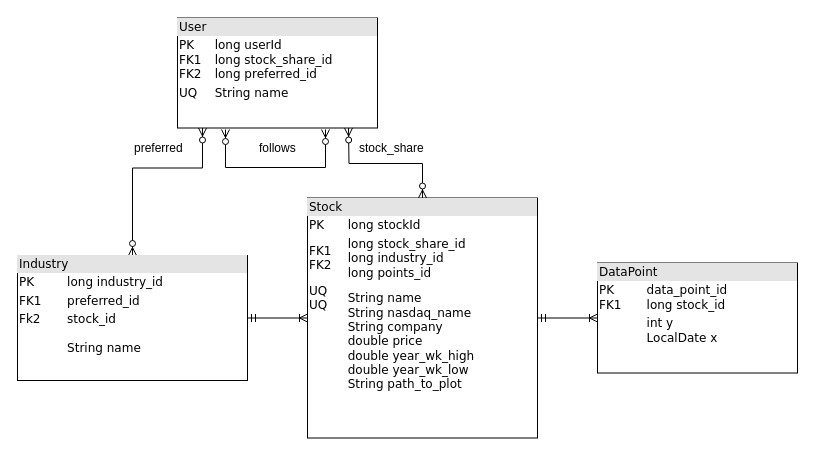
stock-rollers/stock-rollers.github.io keeps this draw.io diagram as docs/erd.drawio. Above is the earlier version. Source tidied: cells renumbered, new cells numbered last; positions are measured from the earlier drawing's top-left corner, leaving out a move shared by most shapes. Both pictures are drawn from the tidied source at 100%, with x=0, y=0 at pixel (17, 17).
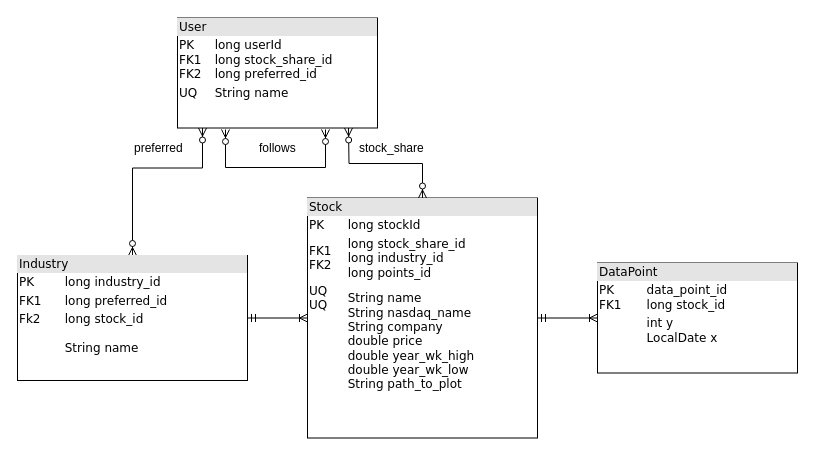
Above is the later version.

Change to the diagram source:
```diff
@@
 <mxGraphModel background="#ffffff">
   <root>
     <mxCell id="0" />
     <mxCell id="1" parent="0" />
     <mxCell id="2" value="&lt;div style=&quot;box-sizing: border-box ; width: 100% ; background: #e4e4e4 ; padding: 2px&quot;&gt;User&lt;/div&gt;&lt;table style=&quot;width: 100% ; font-size: 1em&quot; cellspacing=&quot;0&quot; cellpadding=&quot;2&quot;&gt;&lt;tbody&gt;&lt;tr&gt;&lt;td&gt;PK&lt;br&gt;FK1&lt;br&gt;FK2&lt;br&gt;&lt;/td&gt;&lt;td&gt;long userId&lt;br&gt;long stock_share_id&lt;br&gt;long preferred_id&lt;br&gt;&lt;/td&gt;&lt;/tr&gt;&lt;tr&gt;&lt;td&gt;UQ&lt;br&gt;&lt;/td&gt;&lt;td&gt;String name&lt;br&gt;&lt;/td&gt;&lt;/tr&gt;&lt;tr&gt;&lt;td&gt;&lt;br&gt;&lt;/td&gt;&lt;td&gt;&lt;br&gt;&lt;/td&gt;&lt;/tr&gt;&lt;/tbody&gt;&lt;/table&gt;" style="verticalAlign=top;align=left;overflow=fill;html=1;rounded=0;shadow=0;comic=0;labelBackgroundColor=none;strokeColor=#000000;strokeWidth=1;fillColor=#ffffff;fontFamily=Verdana;fontSize=12;fontColor=#000000;" parent="1" vertex="1">
       <mxGeometry x="160" y="0.5" width="200" height="110" as="geometry" />
     </mxCell>
     <mxCell id="3" style="edgeStyle=orthogonalEdgeStyle;rounded=0;jettySize=auto;html=1;exitX=0.5;exitY=0;exitDx=0;exitDy=0;endArrow=ERzeroToMany;endFill=1;startArrow=ERzeroToMany;startFill=1;" parent="1" edge="1" source="4">
       <mxGeometry relative="1" as="geometry">
         <mxPoint x="331" y="110.5" as="targetPoint" />
       </mxGeometry>
     </mxCell>
     <mxCell id="4" value="&lt;div style=&quot;box-sizing: border-box ; width: 100% ; background: #e4e4e4 ; padding: 2px&quot;&gt;Stock&lt;/div&gt;&lt;table style=&quot;width: 100% ; font-size: 1em&quot; cellspacing=&quot;0&quot; cellpadding=&quot;2&quot;&gt;&lt;tbody&gt;&lt;tr&gt;&lt;td&gt;PK&lt;/td&gt;&lt;td&gt;long stockId&lt;/td&gt;&lt;/tr&gt;&lt;tr&gt;&lt;td&gt;FK1&lt;br&gt;FK2&lt;br&gt;&lt;/td&gt;&lt;td&gt;long stock_share_id&lt;br&gt;long industry_id&lt;br&gt;long points_id&lt;br&gt;&lt;/td&gt;&lt;/tr&gt;&lt;tr&gt;&lt;td&gt;UQ&lt;br&gt;UQ&lt;br&gt;&lt;br&gt;&lt;br&gt;&lt;br&gt;&lt;br&gt;&lt;br&gt;&lt;br&gt;&lt;br&gt;&lt;/td&gt;&lt;td&gt;String name&lt;br&gt;String nasdaq_name&lt;br&gt;String company&lt;br&gt;double price&lt;br&gt;double year_wk_high&lt;br&gt;double year_wk_low&lt;br&gt;String path_to_plot&lt;br&gt;&lt;br&gt;&lt;/td&gt;&lt;/tr&gt;&lt;/tbody&gt;&lt;/table&gt;" style="verticalAlign=top;align=left;overflow=fill;html=1;rounded=0;shadow=0;comic=0;labelBackgroundColor=none;strokeColor=#000000;strokeWidth=1;fillColor=#ffffff;fontFamily=Verdana;fontSize=12;fontColor=#000000;" parent="1" vertex="1">
       <mxGeometry x="290" y="180.5" width="230" height="240" as="geometry" />
     </mxCell>
     <mxCell id="5" style="edgeStyle=orthogonalEdgeStyle;rounded=0;orthogonalLoop=1;jettySize=auto;html=1;startArrow=ERzeroToMany;startFill=1;endArrow=ERzeroToMany;endFill=1;" parent="1" edge="1">
       <mxGeometry relative="1" as="geometry">
         <mxPoint x="308" y="112" as="sourcePoint" />
         <mxPoint x="208" y="112" as="targetPoint" />
         <Array as="points">
           <mxPoint x="308" y="150" />
           <mxPoint x="208" y="150" />
         </Array>
       </mxGeometry>
     </mxCell>
     <mxCell id="6" style="edgeStyle=orthogonalEdgeStyle;rounded=0;jettySize=auto;html=1;exitX=0.5;exitY=0;exitDx=0;exitDy=0;entryX=0.125;entryY=1;entryDx=0;entryDy=0;entryPerimeter=0;startArrow=ERzeroToMany;startFill=1;endArrow=ERzeroToMany;endFill=1;" parent="1" edge="1" source="8" target="2">
       <mxGeometry relative="1" as="geometry">
         <Array as="points">
           <mxPoint x="115" y="150.5" />
           <mxPoint x="185" y="150.5" />
         </Array>
       </mxGeometry>
     </mxCell>
     <mxCell id="7" style="edgeStyle=orthogonalEdgeStyle;rounded=0;jettySize=auto;html=1;exitX=1;exitY=0.5;exitDx=0;exitDy=0;entryX=0;entryY=0.5;entryDx=0;entryDy=0;startArrow=ERmandOne;startFill=0;endArrow=ERoneToMany;endFill=0;" parent="1" edge="1" source="8" target="4">
       <mxGeometry relative="1" as="geometry" />
     </mxCell>
-    <mxCell id="8" value="&lt;div style=&quot;box-sizing: border-box ; width: 100% ; background: #e4e4e4 ; padding: 2px&quot;&gt;Industry&lt;br&gt;&lt;/div&gt;&lt;table style=&quot;width: 100% ; font-size: 1em&quot; cellspacing=&quot;0&quot; cellpadding=&quot;2&quot;&gt;&lt;tbody&gt;&lt;tr&gt;&lt;td&gt;PK&lt;/td&gt;&lt;td&gt;long industry_id&lt;br&gt;&lt;/td&gt;&lt;/tr&gt;&lt;tr&gt;&lt;td&gt;FK1&lt;/td&gt;&lt;td&gt;preferred_id&lt;br&gt;&lt;/td&gt;&lt;/tr&gt;&lt;tr&gt;&lt;td&gt;Fk2&lt;br&gt;&lt;br&gt;&lt;br&gt;&lt;br&gt;&lt;br&gt;&lt;br&gt;&lt;br&gt;&lt;br&gt;&lt;br&gt;&lt;br&gt;&lt;br&gt;&lt;br&gt;&lt;/td&gt;&lt;td&gt;stock_id&lt;br&gt;&lt;br&gt;String name&lt;br&gt;&lt;br&gt;&lt;br&gt;&lt;br&gt;&lt;br&gt;&lt;br&gt;&lt;br&gt;&lt;br&gt;&lt;br&gt;&lt;br&gt;&lt;/td&gt;&lt;/tr&gt;&lt;/tbody&gt;&lt;/table&gt;" style="verticalAlign=top;align=left;overflow=fill;html=1;rounded=0;shadow=0;comic=0;labelBackgroundColor=none;strokeColor=#000000;strokeWidth=1;fillColor=#ffffff;fontFamily=Verdana;fontSize=12;fontColor=#000000;" parent="1" vertex="1">
+    <mxCell id="8" value="&lt;div style=&quot;box-sizing: border-box ; width: 100% ; background: #e4e4e4 ; padding: 2px&quot;&gt;Industry&lt;br&gt;&lt;/div&gt;&lt;table style=&quot;width: 100% ; font-size: 1em&quot; cellspacing=&quot;0&quot; cellpadding=&quot;2&quot;&gt;&lt;tbody&gt;&lt;tr&gt;&lt;td&gt;PK&lt;/td&gt;&lt;td&gt;long industry_id&lt;br&gt;&lt;/td&gt;&lt;/tr&gt;&lt;tr&gt;&lt;td&gt;FK1&lt;/td&gt;&lt;td&gt;long preferred_id&lt;br&gt;&lt;/td&gt;&lt;/tr&gt;&lt;tr&gt;&lt;td&gt;Fk2&lt;br&gt;&lt;br&gt;&lt;br&gt;&lt;br&gt;&lt;br&gt;&lt;br&gt;&lt;br&gt;&lt;br&gt;&lt;br&gt;&lt;br&gt;&lt;br&gt;&lt;br&gt;&lt;/td&gt;&lt;td&gt;long stock_id&lt;br&gt;&lt;br&gt;String name&lt;br&gt;&lt;br&gt;&lt;br&gt;&lt;br&gt;&lt;br&gt;&lt;br&gt;&lt;br&gt;&lt;br&gt;&lt;br&gt;&lt;br&gt;&lt;/td&gt;&lt;/tr&gt;&lt;/tbody&gt;&lt;/table&gt;" style="verticalAlign=top;align=left;overflow=fill;html=1;rounded=0;shadow=0;comic=0;labelBackgroundColor=none;strokeColor=#000000;strokeWidth=1;fillColor=#ffffff;fontFamily=Verdana;fontSize=12;fontColor=#000000;" parent="1" vertex="1">
       <mxGeometry y="238" width="230" height="125" as="geometry" />
     </mxCell>
     <mxCell id="9" value="follows" style="text;html=1;align=left;verticalAlign=top;spacingTop=-4;" parent="1" vertex="1">
       <mxGeometry x="240" y="120.5" width="50" height="20" as="geometry" />
     </mxCell>
     <mxCell id="10" value="preferred" style="text;html=1;align=left;verticalAlign=top;spacingTop=-4;" parent="1" vertex="1">
       <mxGeometry x="115" y="120.5" width="60" height="20" as="geometry" />
     </mxCell>
     <mxCell id="11" value="stock_share" style="text;html=1;align=left;verticalAlign=top;spacingTop=-4;" parent="1" vertex="1">
       <mxGeometry x="340" y="120.5" width="80" height="20" as="geometry" />
     </mxCell>
     <mxCell id="12" style="edgeStyle=orthogonalEdgeStyle;rounded=0;jettySize=auto;html=1;exitX=0;exitY=0.5;exitDx=0;exitDy=0;startArrow=ERoneToMany;startFill=0;endArrow=ERmandOne;endFill=0;" parent="1" edge="1" source="13" target="4">
       <mxGeometry relative="1" as="geometry" />
     </mxCell>
     <mxCell id="13" value="&lt;div style=&quot;box-sizing: border-box ; width: 100% ; background: #e4e4e4 ; padding: 2px&quot;&gt;DataPoint&lt;br&gt;&lt;/div&gt;&lt;table style=&quot;width: 100% ; font-size: 1em&quot; cellspacing=&quot;0&quot; cellpadding=&quot;2&quot;&gt;&lt;tbody&gt;&lt;tr&gt;&lt;td&gt;PK&lt;br&gt;FK1&lt;br&gt;&lt;/td&gt;&lt;td&gt;data_point_id&lt;br&gt;long stock_id&lt;br&gt;&lt;/td&gt;&lt;/tr&gt;&lt;tr&gt;&lt;td&gt;&lt;br&gt;&lt;/td&gt;&lt;td&gt;int y&lt;br&gt;LocalDate x&lt;br&gt;&lt;/td&gt;&lt;/tr&gt;&lt;tr&gt;&lt;td&gt;&lt;br&gt;&lt;/td&gt;&lt;td&gt;&lt;br&gt;&lt;/td&gt;&lt;/tr&gt;&lt;/tbody&gt;&lt;/table&gt;" style="verticalAlign=top;align=left;overflow=fill;html=1;rounded=0;shadow=0;comic=0;labelBackgroundColor=none;strokeColor=#000000;strokeWidth=1;fillColor=#ffffff;fontFamily=Verdana;fontSize=12;fontColor=#000000;" parent="1" vertex="1">
       <mxGeometry x="580" y="245.5" width="200" height="110" as="geometry" />
     </mxCell>
   </root>
 </mxGraphModel>
```
